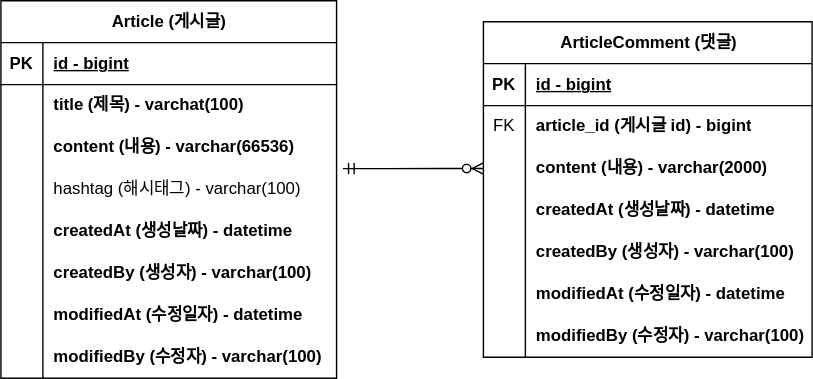
The draw.io diagram document/board-erd.svg in p-yo00/fc-spring2-board, before a commit. Source tidied: cells renumbered, new cells last; positions are measured from the earlier drawing's top-left corner, leaving out a move shared by most shapes.
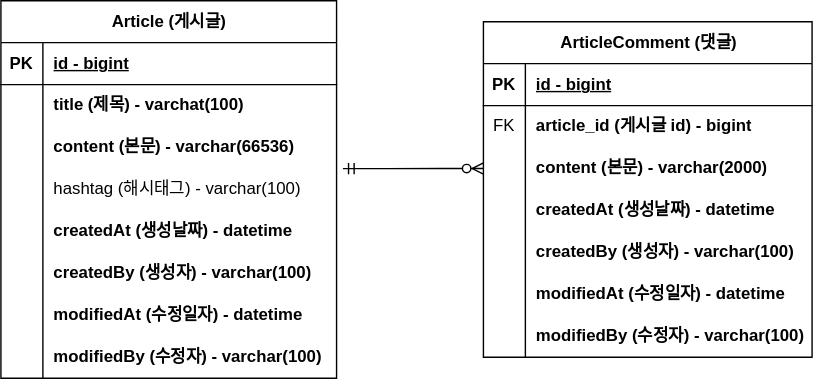
Above is the later version.

What changed in the source:
```diff
@@ -29,7 +29,7 @@
     <mxCell id="10" style="shape=partialRectangle;fillColor=none;top=0;left=0;bottom=0;right=0;overflow=hidden;whiteSpace=wrap;html=1;" parent="9" vertex="1">
       <mxGeometry width="30" height="30" as="geometry" />
     </mxCell>
-    <mxCell id="11" value="content (내용) - varchar(66536)" style="shape=partialRectangle;fillColor=none;top=0;left=0;bottom=0;right=0;align=left;spacingLeft=6;overflow=hidden;whiteSpace=wrap;html=1;fontStyle=1;" parent="9" vertex="1">
+    <mxCell id="11" value="content (본문) - varchar(66536)" style="shape=partialRectangle;fillColor=none;top=0;left=0;bottom=0;right=0;align=left;spacingLeft=6;overflow=hidden;whiteSpace=wrap;html=1;fontStyle=1;" parent="9" vertex="1">
       <mxGeometry x="30" width="210" height="30" as="geometry" />
     </mxCell>
     <mxCell id="12" style="shape=tableRow;horizontal=0;startSize=0;swimlaneHead=0;swimlaneBody=0;fillColor=none;top=0;left=0;right=0;bottom=0;" parent="2" vertex="1">
@@ -104,7 +104,7 @@
     <mxCell id="35" style="shape=partialRectangle;fillColor=none;top=0;left=0;bottom=0;right=0;overflow=hidden;whiteSpace=wrap;html=1;" parent="34" vertex="1">
       <mxGeometry width="30" height="30" as="geometry" />
     </mxCell>
-    <mxCell id="36" value="content (내용) - varchar(2000)" style="shape=partialRectangle;fillColor=none;top=0;left=0;bottom=0;right=0;align=left;spacingLeft=6;overflow=hidden;whiteSpace=wrap;html=1;fontStyle=1;" parent="34" vertex="1">
+    <mxCell id="36" value="content (본문) - varchar(2000)" style="shape=partialRectangle;fillColor=none;top=0;left=0;bottom=0;right=0;align=left;spacingLeft=6;overflow=hidden;whiteSpace=wrap;html=1;fontStyle=1;" parent="34" vertex="1">
       <mxGeometry x="30" width="205" height="30" as="geometry" />
     </mxCell>
     <mxCell id="37" style="shape=tableRow;horizontal=0;startSize=0;swimlaneHead=0;swimlaneBody=0;fillColor=none;top=0;left=0;right=0;bottom=0;" parent="27" vertex="1">
```
